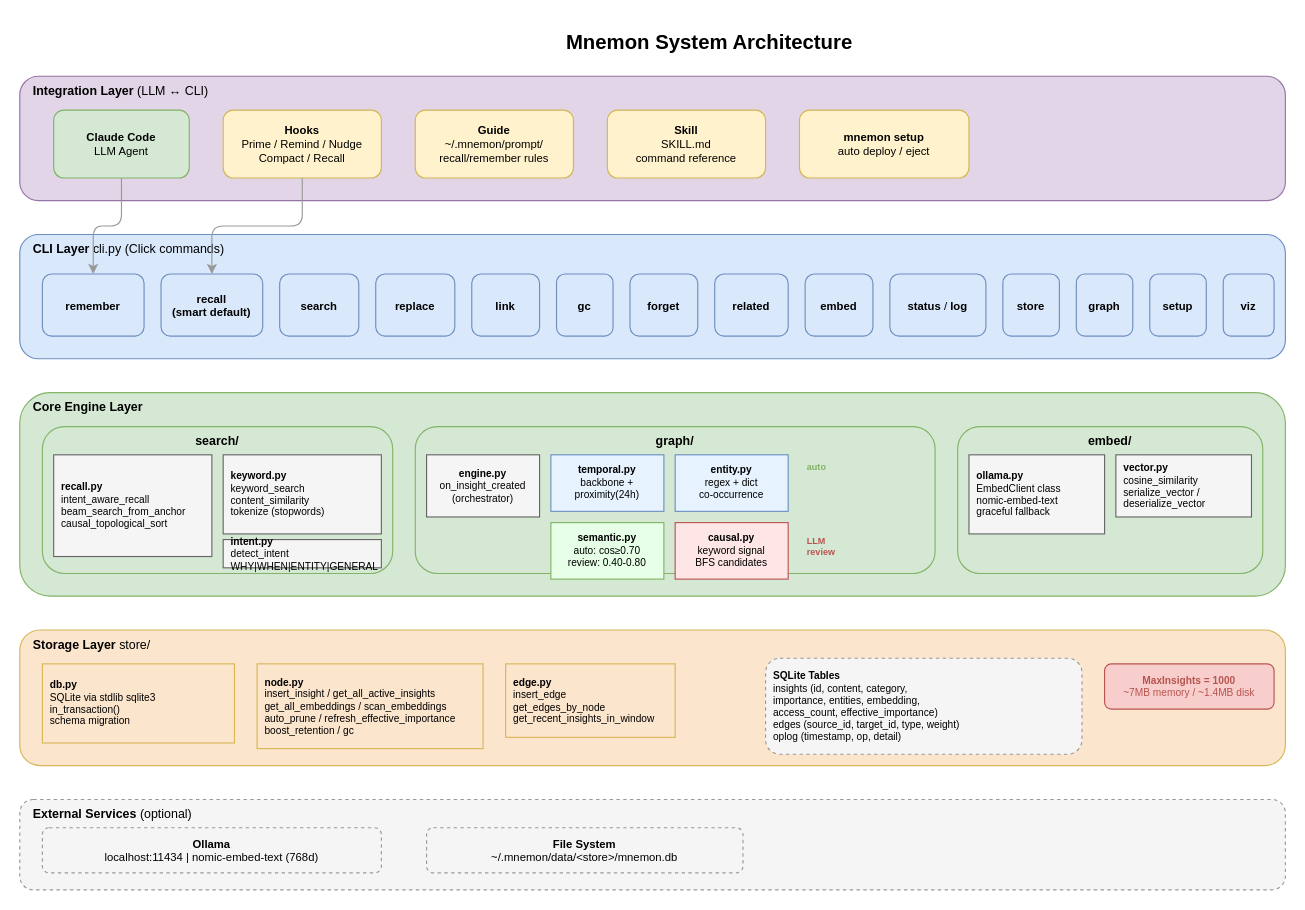
Before: docs/diagrams/01-system-architecture.drawio in bissli/memman, a draw.io diagram. Source tidied: cells renumbered, new cells numbered last; positions are measured from the earlier drawing's top-left corner, leaving out a move shared by most shapes. Both pictures are drawn from the tidied source at 113%, with x=0, y=0 at pixel (19, 19).
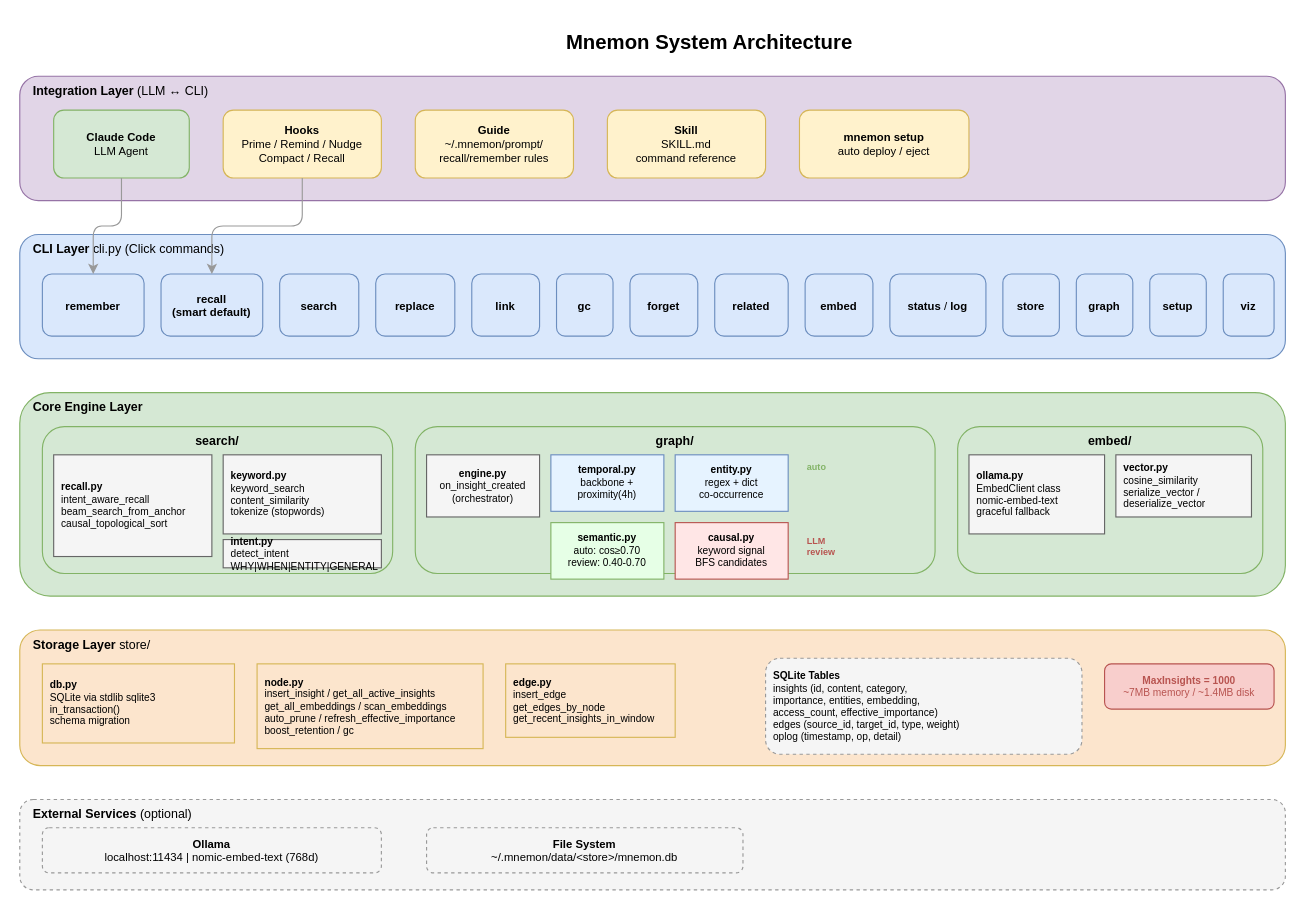
After the change.

Diff of the diagram source:
```diff
@@
-    <mxCell id="31" value="&lt;b&gt;temporal.py&lt;/b&gt;&lt;br&gt;backbone +&lt;br&gt;proximity(24h)" style="rounded=0;whiteSpace=wrap;html=1;fontSize=9;fillColor=#E6F3FF;strokeColor=#6c8ebf;" parent="1" vertex="1">
+    <mxCell id="31" value="&lt;b&gt;temporal.py&lt;/b&gt;&lt;br&gt;backbone +&lt;br&gt;proximity(4h)" style="rounded=0;whiteSpace=wrap;html=1;fontSize=9;fillColor=#E6F3FF;strokeColor=#6c8ebf;" parent="1" vertex="1">
       <mxGeometry x="470" y="385" width="100" height="50" as="geometry" />
     </mxCell>
@@
-    <mxCell id="33" value="&lt;b&gt;semantic.py&lt;/b&gt;&lt;br&gt;auto: cos≥0.70&lt;br&gt;review: 0.40-0.80" style="rounded=0;whiteSpace=wrap;html=1;fontSize=9;fillColor=#E6FFE6;strokeColor=#82b366;" parent="1" vertex="1">
+    <mxCell id="33" value="&lt;b&gt;semantic.py&lt;/b&gt;&lt;br&gt;auto: cos≥0.70&lt;br&gt;review: 0.40-0.70" style="rounded=0;whiteSpace=wrap;html=1;fontSize=9;fillColor=#E6FFE6;strokeColor=#82b366;" parent="1" vertex="1">
       <mxGeometry x="470" y="445" width="100" height="50" as="geometry" />
     </mxCell>
```
